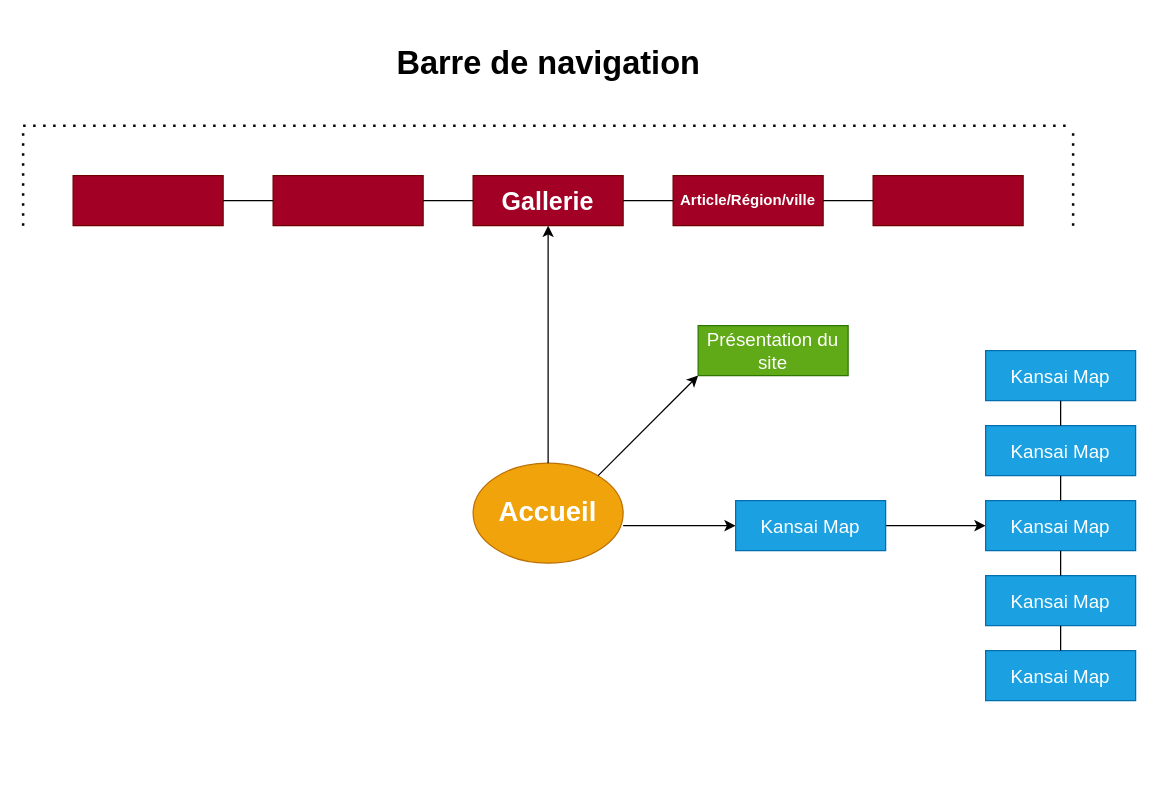
Above: arborescense.drawio in Celine-Chan/KansaiNoBouken (draw.io), before the change. Source tidied: cells renumbered, new cells numbered last; positions are measured from the earlier drawing's top-left corner, leaving out a move shared by most shapes. Both pictures are drawn from the tidied source at 125%, with x=0, y=0 at pixel (22, 25).
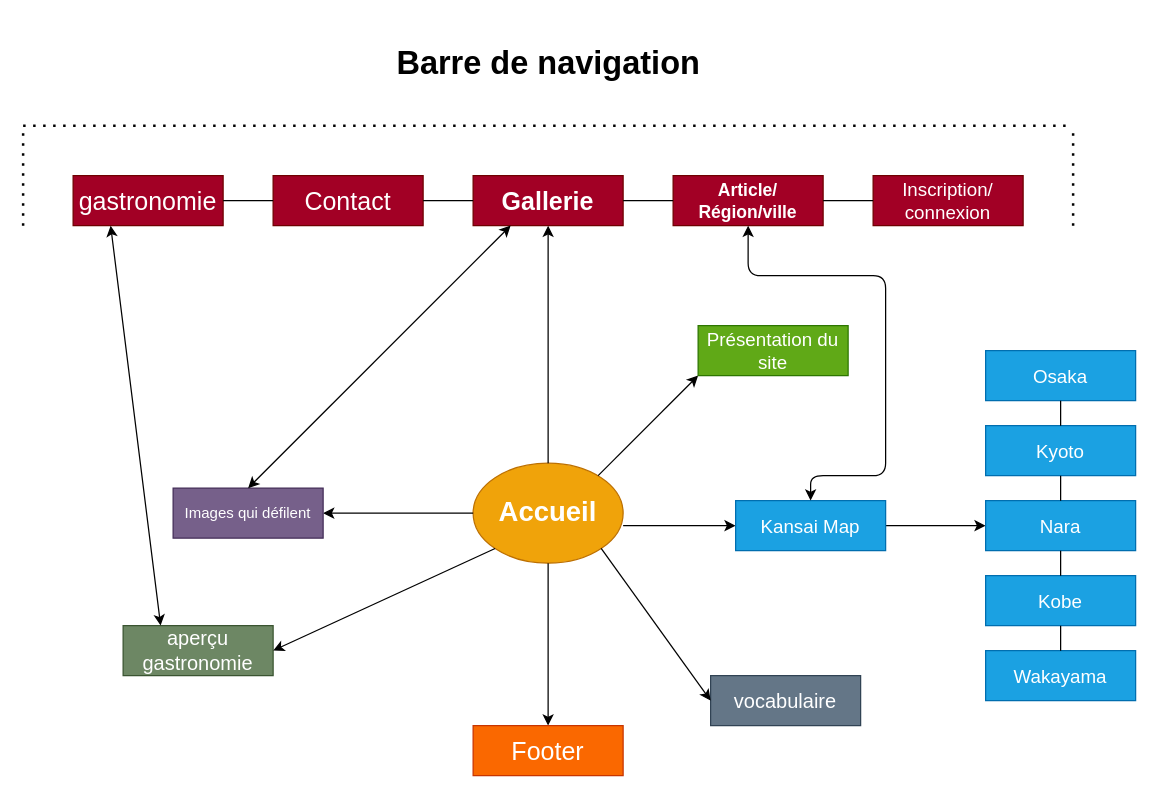
Above is the later version.

The change refers to these unchanged cells:
```xml
<mxCell id="2" value="&lt;b&gt;&lt;font style=&quot;font-size: 22px&quot;&gt;Accueil&lt;/font&gt;&lt;/b&gt;" style="ellipse;whiteSpace=wrap;html=1;fillColor=#f0a30a;strokeColor=#BD7000;fontColor=#ffffff;" parent="1" vertex="1">
  <mxGeometry x="360" y="350" width="120" height="80" as="geometry" />
</mxCell>
<mxCell id="4" value="&lt;b&gt;&lt;font style=&quot;font-size: 20px&quot;&gt;Gallerie&lt;/font&gt;&lt;/b&gt;" style="rounded=0;whiteSpace=wrap;html=1;fillColor=#a20025;strokeColor=#6F0000;fontColor=#ffffff;" parent="1" vertex="1">
  <mxGeometry x="360" y="120" width="120" height="40" as="geometry" />
</mxCell>
<mxCell id="21" value="Kansai Map" style="rounded=0;whiteSpace=wrap;html=1;fontSize=15;fillColor=#1ba1e2;strokeColor=#006EAF;fontColor=#ffffff;" parent="1" vertex="1">
  <mxGeometry x="570" y="380" width="120" height="40" as="geometry" />
</mxCell>
```

The edit, as a diff of the source:
```diff
@@
-    <mxCell id="5" value="&lt;b style=&quot;font-size: 12px;&quot;&gt;&lt;font style=&quot;font-size: 12px;&quot;&gt;Article/Région/ville&lt;/font&gt;&lt;/b&gt;" style="rounded=0;whiteSpace=wrap;html=1;fillColor=#a20025;strokeColor=#6F0000;fontColor=#ffffff;fontSize=12;" parent="1" vertex="1">
+    <mxCell id="5" value="&lt;b style=&quot;font-size: 14px;&quot;&gt;&lt;font style=&quot;font-size: 14px;&quot;&gt;Article/&lt;br style=&quot;font-size: 14px;&quot;&gt;Région/ville&lt;/font&gt;&lt;/b&gt;" style="rounded=0;whiteSpace=wrap;html=1;fillColor=#a20025;strokeColor=#6F0000;fontColor=#ffffff;fontSize=14;" parent="1" vertex="1">
       <mxGeometry x="520" y="120" width="120" height="40" as="geometry" />
     </mxCell>
-    <mxCell id="6" style="rounded=0;whiteSpace=wrap;html=1;fillColor=#a20025;strokeColor=#6F0000;fontColor=#ffffff;" parent="1" vertex="1">
+    <mxCell id="6" value="Contact" style="rounded=0;whiteSpace=wrap;html=1;fillColor=#a20025;strokeColor=#6F0000;fontColor=#ffffff;fontSize=20;" parent="1" vertex="1">
       <mxGeometry x="200" y="120" width="120" height="40" as="geometry" />
     </mxCell>
-    <mxCell id="7" style="rounded=0;whiteSpace=wrap;html=1;fillColor=#a20025;strokeColor=#6F0000;fontColor=#ffffff;" parent="1" vertex="1">
+    <mxCell id="7" value="Inscription/&lt;br style=&quot;font-size: 15px;&quot;&gt;connexion" style="rounded=0;whiteSpace=wrap;html=1;fillColor=#a20025;strokeColor=#6F0000;fontColor=#ffffff;fontSize=15;" parent="1" vertex="1">
       <mxGeometry x="680" y="120" width="120" height="40" as="geometry" />
     </mxCell>
-    <mxCell id="8" style="rounded=0;whiteSpace=wrap;html=1;fillColor=#a20025;strokeColor=#6F0000;fontColor=#ffffff;" parent="1" vertex="1">
+    <mxCell id="8" value="gastronomie" style="rounded=0;whiteSpace=wrap;html=1;fillColor=#a20025;strokeColor=#6F0000;fontColor=#ffffff;fontSize=20;" parent="1" vertex="1">
       <mxGeometry x="40" y="120" width="120" height="40" as="geometry" />
     </mxCell>
@@
-    <mxCell id="22" value="Kansai Map" style="rounded=0;whiteSpace=wrap;html=1;fontSize=15;fillColor=#1ba1e2;strokeColor=#006EAF;fontColor=#ffffff;" parent="1" vertex="1">
+    <mxCell id="22" value="Nara" style="rounded=0;whiteSpace=wrap;html=1;fontSize=15;fillColor=#1ba1e2;strokeColor=#006EAF;fontColor=#ffffff;" parent="1" vertex="1">
       <mxGeometry x="770" y="380" width="120" height="40" as="geometry" />
     </mxCell>
-    <mxCell id="23" value="Kansai Map" style="rounded=0;whiteSpace=wrap;html=1;fontSize=15;fillColor=#1ba1e2;strokeColor=#006EAF;fontColor=#ffffff;" parent="1" vertex="1">
+    <mxCell id="23" value="Kyoto" style="rounded=0;whiteSpace=wrap;html=1;fontSize=15;fillColor=#1ba1e2;strokeColor=#006EAF;fontColor=#ffffff;" parent="1" vertex="1">
       <mxGeometry x="770" y="320" width="120" height="40" as="geometry" />
     </mxCell>
-    <mxCell id="24" value="Kansai Map" style="rounded=0;whiteSpace=wrap;html=1;fontSize=15;fillColor=#1ba1e2;strokeColor=#006EAF;fontColor=#ffffff;" parent="1" vertex="1">
+    <mxCell id="24" value="Osaka" style="rounded=0;whiteSpace=wrap;html=1;fontSize=15;fillColor=#1ba1e2;strokeColor=#006EAF;fontColor=#ffffff;" parent="1" vertex="1">
       <mxGeometry x="770" y="260" width="120" height="40" as="geometry" />
     </mxCell>
-    <mxCell id="25" value="Kansai Map" style="rounded=0;whiteSpace=wrap;html=1;fontSize=15;fillColor=#1ba1e2;strokeColor=#006EAF;fontColor=#ffffff;" parent="1" vertex="1">
+    <mxCell id="25" value="Kobe" style="rounded=0;whiteSpace=wrap;html=1;fontSize=15;fillColor=#1ba1e2;strokeColor=#006EAF;fontColor=#ffffff;" parent="1" vertex="1">
       <mxGeometry x="770" y="440" width="120" height="40" as="geometry" />
     </mxCell>
-    <mxCell id="26" value="Kansai Map" style="rounded=0;whiteSpace=wrap;html=1;fontSize=15;fillColor=#1ba1e2;strokeColor=#006EAF;fontColor=#ffffff;" parent="1" vertex="1">
+    <mxCell id="26" value="Wakayama" style="rounded=0;whiteSpace=wrap;html=1;fontSize=15;fillColor=#1ba1e2;strokeColor=#006EAF;fontColor=#ffffff;" parent="1" vertex="1">
       <mxGeometry x="770" y="500" width="120" height="40" as="geometry" />
     </mxCell>
@@
+    <mxCell id="31" style="endArrow=classic;startArrow=classic;html=1;fontSize=20;exitX=0.5;exitY=0;exitDx=0;exitDy=0;entryX=0.5;entryY=1;entryDx=0;entryDy=0;" parent="1" edge="1" source="21" target="5">
+      <mxGeometry relative="1" as="geometry">
+        <Array as="points">
+          <mxPoint x="630" y="360" />
+          <mxPoint x="690" y="360" />
+          <mxPoint x="690" y="280" />
+          <mxPoint x="690" y="200" />
+          <mxPoint x="580" y="200" />
+        </Array>
+      </mxGeometry>
+    </mxCell>
+    <mxCell id="32" style="endArrow=classic;html=1;fontSize=20;exitX=0.5;exitY=1;exitDx=0;exitDy=0;" parent="1" edge="1" source="2">
+      <mxGeometry relative="1" as="geometry">
+        <mxPoint x="420" y="560" as="targetPoint" />
+      </mxGeometry>
+    </mxCell>
+    <mxCell id="33" value="Footer" style="rounded=0;whiteSpace=wrap;html=1;fontSize=20;fillColor=#fa6800;strokeColor=#C73500;fontColor=#ffffff;" parent="1" vertex="1">
+      <mxGeometry x="360" y="560" width="120" height="40" as="geometry" />
+    </mxCell>
+    <mxCell id="34" style="endArrow=classic;html=1;fontSize=20;exitX=0;exitY=0.5;exitDx=0;exitDy=0;" parent="1" edge="1" source="2" target="35">
+      <mxGeometry relative="1" as="geometry" />
+    </mxCell>
+    <mxCell id="35" value="Images qui défilent" style="rounded=0;whiteSpace=wrap;html=1;fillColor=#76608a;strokeColor=#432D57;fontColor=#ffffff;" parent="1" vertex="1">
+      <mxGeometry x="120" y="370" width="120" height="40" as="geometry" />
+    </mxCell>
+    <mxCell id="36" style="endArrow=classic;startArrow=classic;html=1;fontSize=20;entryX=0.25;entryY=1;entryDx=0;entryDy=0;exitX=0.5;exitY=0;exitDx=0;exitDy=0;" parent="1" edge="1" source="35" target="4">
+      <mxGeometry relative="1" as="geometry" />
+    </mxCell>
+    <mxCell id="37" value="aperçu gastronomie" style="rounded=0;whiteSpace=wrap;html=1;fontSize=16;fillColor=#6d8764;strokeColor=#3A5431;fontColor=#ffffff;" parent="1" vertex="1">
+      <mxGeometry x="80" y="480" width="120" height="40" as="geometry" />
+    </mxCell>
+    <mxCell id="38" style="endArrow=classic;startArrow=classic;html=1;fontSize=16;exitX=0.25;exitY=0;exitDx=0;exitDy=0;entryX=0.25;entryY=1;entryDx=0;entryDy=0;" parent="1" edge="1" source="37" target="8">
+      <mxGeometry relative="1" as="geometry" />
+    </mxCell>
+    <mxCell id="39" value="vocabulaire" style="rounded=0;whiteSpace=wrap;html=1;fontSize=16;fillColor=#647687;strokeColor=#314354;fontColor=#ffffff;" parent="1" vertex="1">
+      <mxGeometry x="550" y="520" width="120" height="40" as="geometry" />
+    </mxCell>
+    <mxCell id="40" style="endArrow=classic;html=1;fontSize=16;exitX=0;exitY=1;exitDx=0;exitDy=0;entryX=1;entryY=0.5;entryDx=0;entryDy=0;" parent="1" edge="1" source="2" target="37">
+      <mxGeometry relative="1" as="geometry" />
+    </mxCell>
+    <mxCell id="41" style="endArrow=classic;html=1;fontSize=16;exitX=1;exitY=1;exitDx=0;exitDy=0;entryX=0;entryY=0.5;entryDx=0;entryDy=0;" parent="1" edge="1" source="2" target="39">
+      <mxGeometry relative="1" as="geometry" />
+    </mxCell>
```
